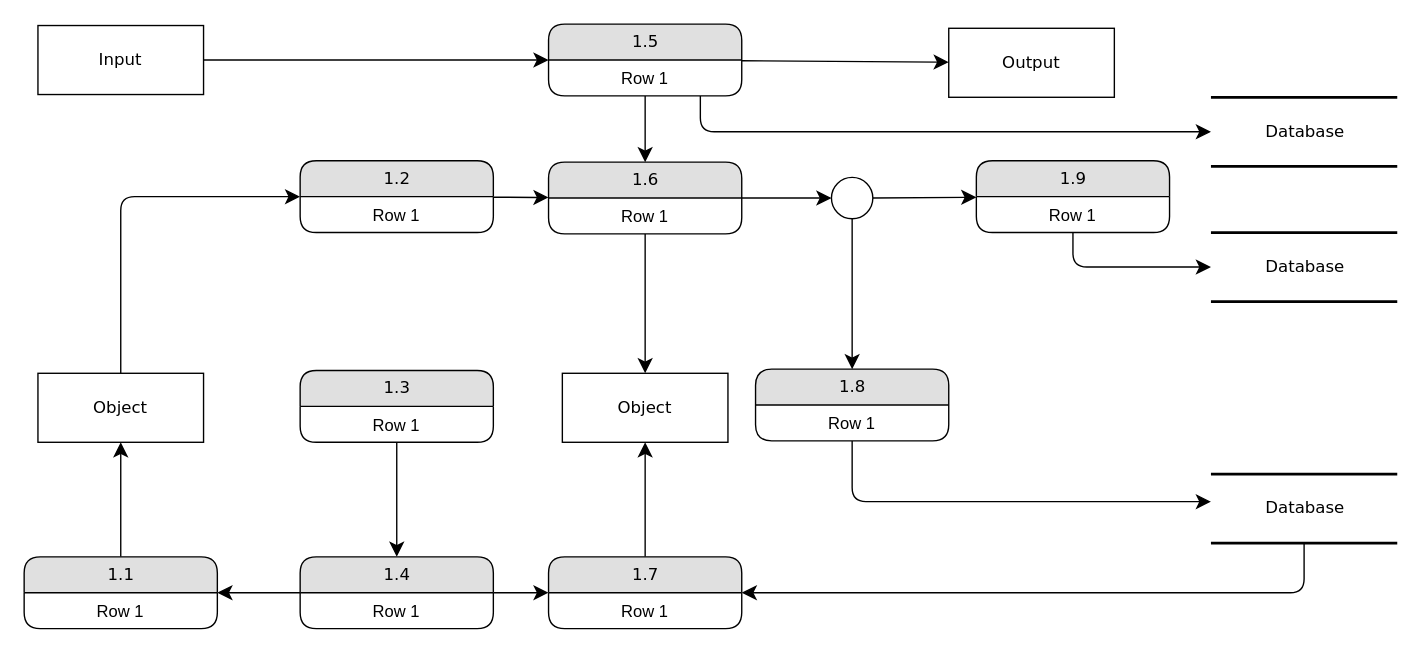
Above: Data flow Verme.drawio in annikulin85/DrawIO (draw.io), before the change. Source tidied: cells renumbered, new cells numbered last; positions are measured from the earlier drawing's top-left corner, leaving out a move shared by most shapes. Both pictures are drawn from the tidied source at 138%, with x=0, y=0 at pixel (23, 23).
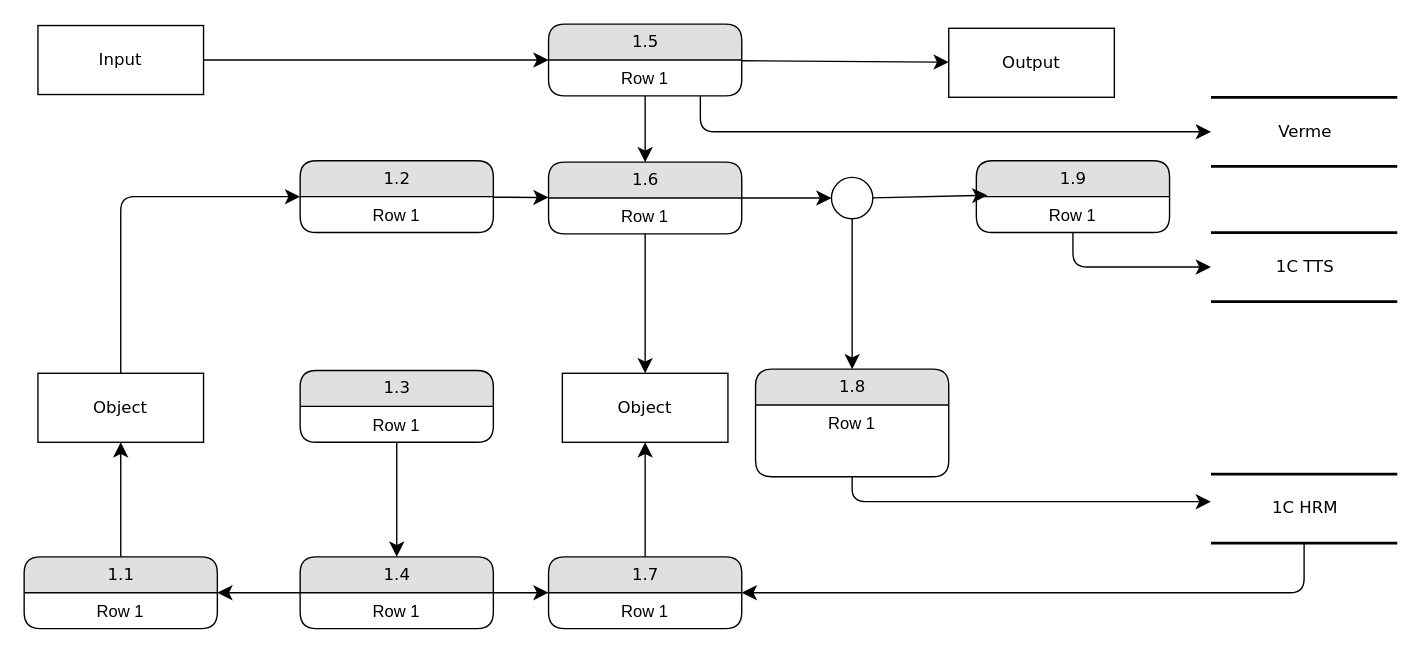
After the change.

The change refers to these unchanged cells:
```xml
<mxCell id="22" value="1.9" style="swimlane;html=1;fontStyle=0;horizontal=1;startSize=26;fillColor=#e0e0e0;swimlaneFillColor=#ffffff;align=center;rounded=1;shadow=0;comic=0;labelBackgroundColor=none;strokeWidth=1;fontFamily=Verdana;fontSize=12;" parent="1" vertex="1">
  <mxGeometry x="690" y="99" width="140" height="52" as="geometry" />
</mxCell>
<mxCell id="23" value="Row 1" style="text;html=1;strokeColor=none;fillColor=none;spacingLeft=4;spacingRight=4;whiteSpace=wrap;overflow=hidden;points=[[0,0.5],[1,0.5]];portConstraint=eastwest;align=center;" parent="22" vertex="1">
  <mxGeometry y="26" width="140" height="26" as="geometry" />
</mxCell>
<mxCell id="45" style="ellipse;whiteSpace=wrap;html=1;rounded=1;shadow=0;comic=0;labelBackgroundColor=none;strokeWidth=1;fontFamily=Verdana;fontSize=12;align=center;" parent="1" vertex="1">
  <mxGeometry x="585" y="111" width="30" height="30" as="geometry" />
</mxCell>
```

Diff of the diagram source:
```diff
@@
-    <mxCell id="2" value="Database" style="html=1;rounded=0;shadow=0;comic=0;labelBackgroundColor=none;strokeWidth=2;fontFamily=Verdana;fontSize=12;align=center;shape=mxgraph.ios7ui.horLines;" parent="1" vertex="1">
+    <mxCell id="2" value="Verme" style="html=1;rounded=0;shadow=0;comic=0;labelBackgroundColor=none;strokeWidth=2;fontFamily=Verdana;fontSize=12;align=center;shape=mxgraph.ios7ui.horLines;" parent="1" vertex="1">
       <mxGeometry x="860" y="53" width="135" height="50" as="geometry" />
     </mxCell>
-    <mxCell id="3" value="Database" style="html=1;rounded=0;shadow=0;comic=0;labelBackgroundColor=none;strokeWidth=2;fontFamily=Verdana;fontSize=12;align=center;shape=mxgraph.ios7ui.horLines;" parent="1" vertex="1">
+    <mxCell id="3" value="1C TTS" style="html=1;rounded=0;shadow=0;comic=0;labelBackgroundColor=none;strokeWidth=2;fontFamily=Verdana;fontSize=12;align=center;shape=mxgraph.ios7ui.horLines;" parent="1" vertex="1">
       <mxGeometry x="860" y="151" width="135" height="50" as="geometry" />
     </mxCell>
@@
-    <mxCell id="13" value="Database" style="html=1;rounded=0;shadow=0;comic=0;labelBackgroundColor=none;strokeWidth=2;fontFamily=Verdana;fontSize=12;align=center;shape=mxgraph.ios7ui.horLines;" parent="1" vertex="1">
+    <mxCell id="13" value="1C HRM" style="html=1;rounded=0;shadow=0;comic=0;labelBackgroundColor=none;strokeWidth=2;fontFamily=Verdana;fontSize=12;align=center;shape=mxgraph.ios7ui.horLines;" parent="1" vertex="1">
       <mxGeometry x="860" y="326" width="135" height="50" as="geometry" />
     </mxCell>
@@
     <mxCell id="28" value="1.8" style="swimlane;html=1;fontStyle=0;horizontal=1;startSize=26;fillColor=#e0e0e0;swimlaneFillColor=#ffffff;align=center;rounded=1;shadow=0;comic=0;labelBackgroundColor=none;strokeWidth=1;fontFamily=Verdana;fontSize=12;" parent="1" vertex="1">
-      <mxGeometry x="530" y="250" width="140" height="52" as="geometry" />
+      <mxGeometry x="530" y="250" width="140" height="78" as="geometry" />
     </mxCell>
@@
-    <mxCell id="44" style="edgeStyle=none;html=1;labelBackgroundColor=none;startFill=0;startSize=8;endFill=1;endSize=8;fontFamily=Verdana;fontSize=12;" parent="1" edge="1" source="45" target="22">
+    <mxCell id="44" style="edgeStyle=none;html=1;labelBackgroundColor=none;startFill=0;startSize=8;endFill=1;endSize=8;fontFamily=Verdana;fontSize=12;entryX=0.057;entryY=-0.038;entryDx=0;entryDy=0;entryPerimeter=0;" parent="1" edge="1" source="45" target="23">
       <mxGeometry relative="1" as="geometry" />
     </mxCell>
```
